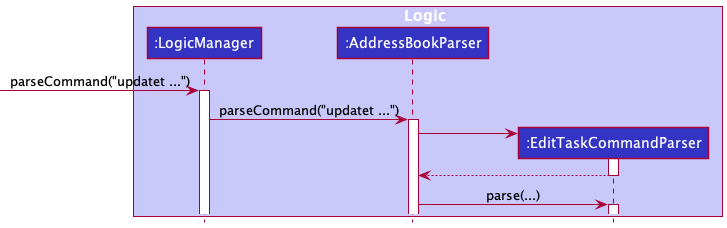
Above: docs/images/EditTaskDiagram/EditTaskSequenceDiagramState0.png in snss231/tp (PlantUML), before the change.
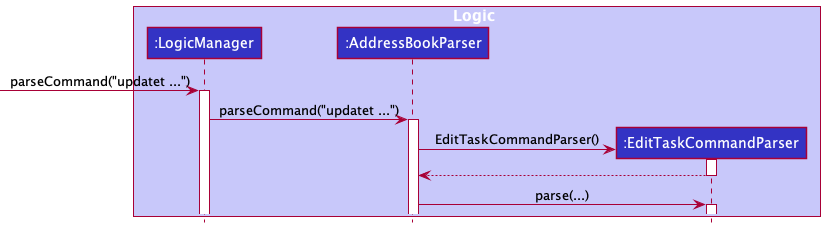
The same diagram one commit later.

The edit, as a diff of the source:
```diff
@@ -7,7 +7,6 @@
 participant ":EditTaskCommandParser" as EditTaskCommandParser LOGIC_COLOR
 end box
 
-
  -> LogicManager : parseCommand("updatet ...")
 activate LogicManager
 
@@ -15,7 +14,7 @@
 activate AddressBookParser
 
 create EditTaskCommandParser
-AddressBookParser -> EditTaskCommandParser
+AddressBookParser -> EditTaskCommandParser : EditTaskCommandParser()
 activate EditTaskCommandParser
 
 EditTaskCommandParser --> AddressBookParser
```
